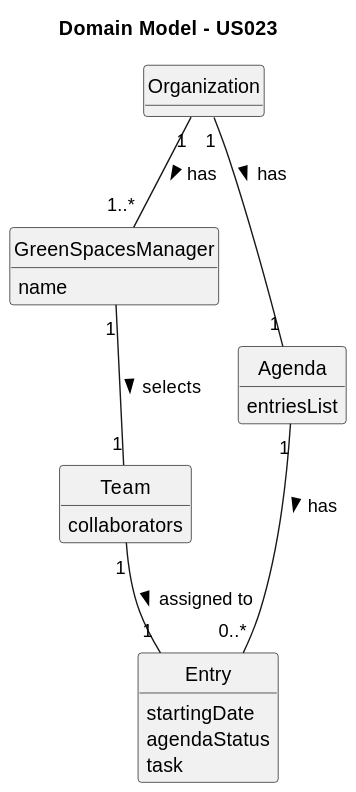
This is docs/sprintA&B&C/us023/02.analysis/svg/us023-domain-model.svg from daniel41silva05/ISEP_2023_2024_LAPR2, a PlantUML export, as it was before one commit.
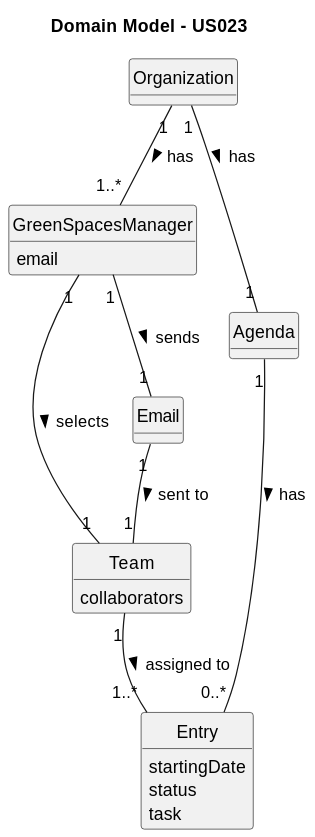
After the change.

What changed in the source:
```diff
@@ -14,16 +14,15 @@
 }
 
 class GreenSpacesManager {
-    name
+    email
 }
 
 class Agenda {
-    entriesList
 }
 
 class Entry {
     startingDate
-    agendaStatus
+    status
     task
 }
 
@@ -31,9 +30,14 @@
     collaborators
 }
 
+class Email {
+}
+
 Organization "1" -- "1..*" GreenSpacesManager : has >
 Organization "1" -- "1" Agenda : has >
 GreenSpacesManager "1" -- "1" Team : selects  >
 Agenda "1" -- "0..*" Entry : has >
-Team "1" -- "1" Entry : assigned to >
+Team "1" -- "1..*" Entry : assigned to >
+GreenSpacesManager "1" -- "1" Email : sends >
+Email "1" -- "1" Team : sent to >
 @enduml
```
